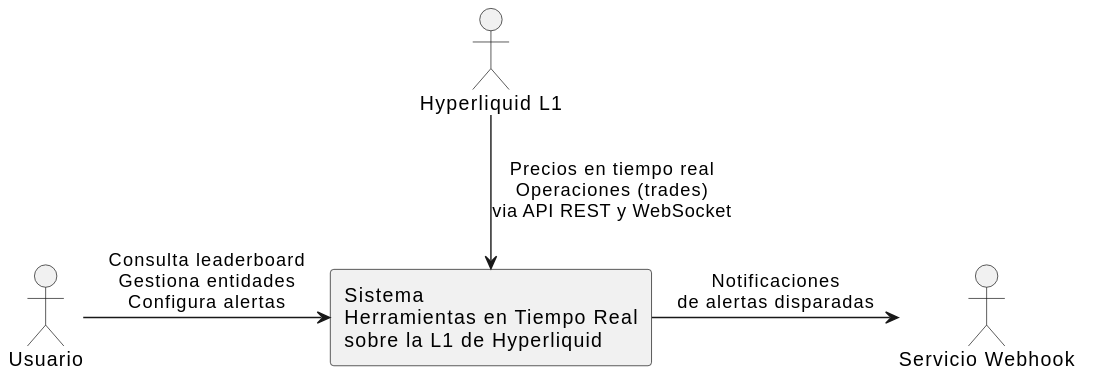
The PlantUML diagram imagenes/capitulo2/diagramaDeContexto.svg in nekiiiiis/tfg, before a commit.
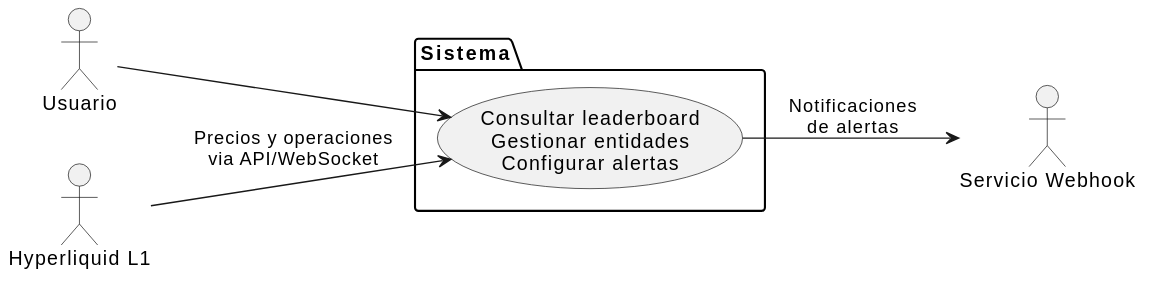
After the commit.

What changed in the source:
```diff
@@ -1,13 +1,15 @@
 @startuml
-rectangle "Sistema\nHerramientas en Tiempo Real\nsobre la L1 de Hyperliquid" as S
+left to right direction
 
 actor "Usuario" as U
 actor "Hyperliquid L1" as HL
 actor "Servicio Webhook" as SW
 
-U -right-> S : Consulta leaderboard\nGestiona entidades\nConfigura alertas
+package "Sistema" {
+  usecase "Consultar leaderboard\nGestionar entidades\nConfigurar alertas" as SIS
+}
 
-HL -down-> S : Precios en tiempo real\nOperaciones (trades)\nvia API REST y WebSocket
-
-S -right-> SW : Notificaciones\nde alertas disparadas
+U --> SIS
+HL --> SIS : Precios y operaciones\nvia API/WebSocket
+SIS --> SW : Notificaciones\nde alertas
 @enduml
```
